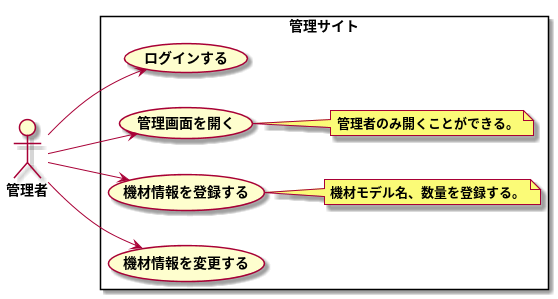
TakashiOnawa/ddd-practice-studio-reservation keeps this PlantUML diagram as modeling/05_Usecase_機材管理/Usecase.png. Above is the earlier version.
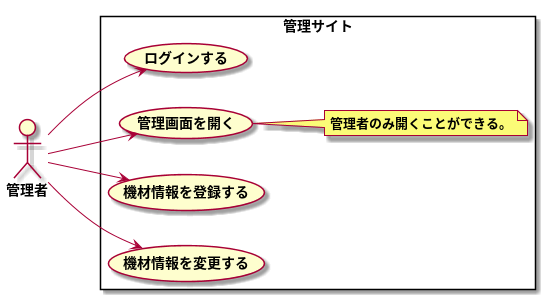
After the commit.

What changed in the source:
```diff
@@ -13,10 +13,6 @@
     note right of (管理画面を開く)
     管理者のみ開くことができる。
     end note
-
-    note right of (機材情報を登録する)
-    機材モデル名、数量を登録する。
-    end note
 }
 
 @enduml
```
